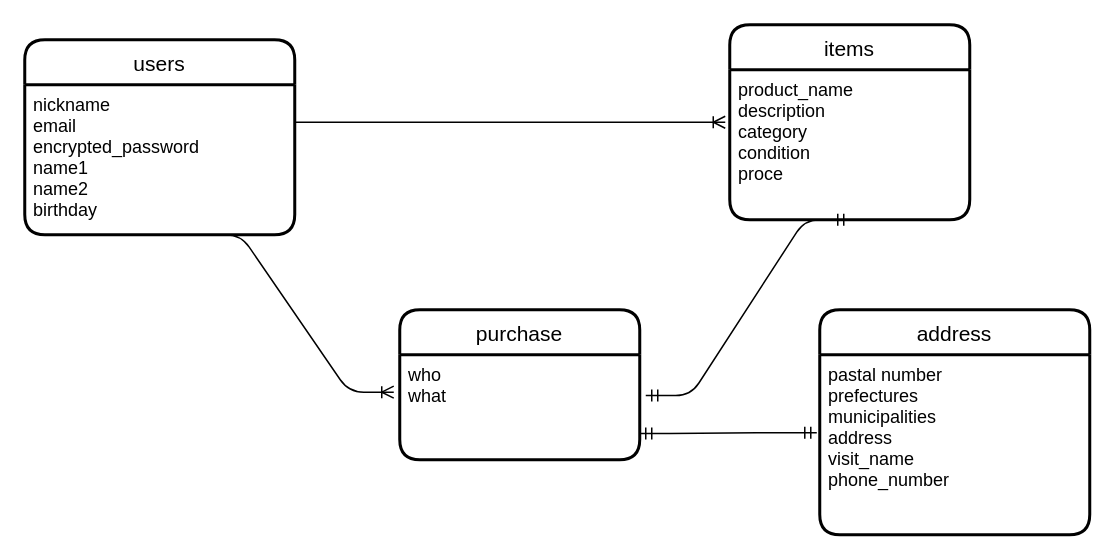
Before: furima.dio in himena0214/furima-32835, a draw.io diagram. Source tidied: cells renumbered, new cells numbered last; positions are measured from the earlier drawing's top-left corner, leaving out a move shared by most shapes. Both pictures are drawn from the tidied source at 150%, with x=0, y=0 at pixel (24, 24).
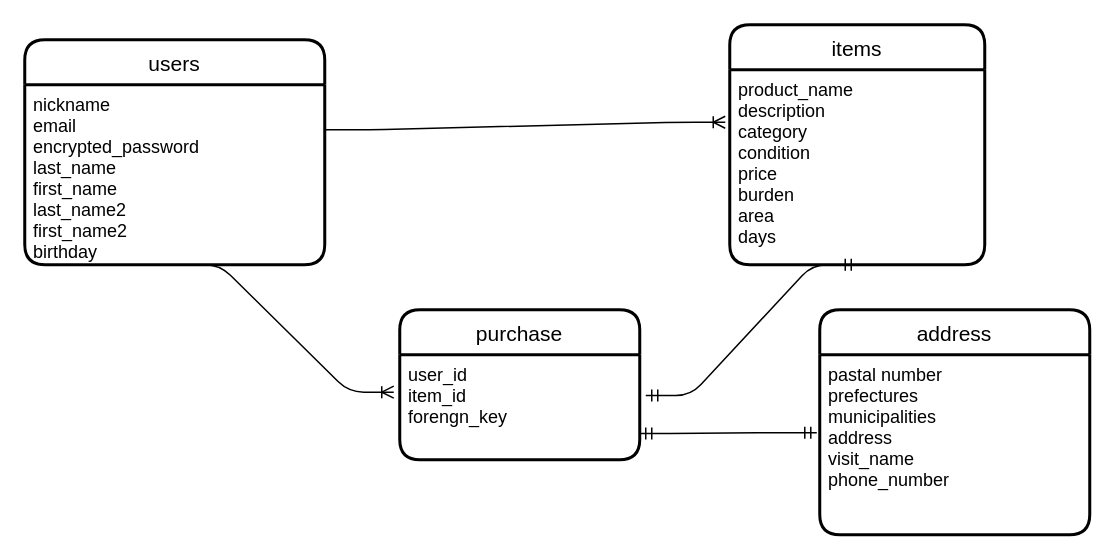
The same diagram, later.

Commit message (it also covers changes not shown here):
データベース設計6

Diff of the diagram source:
```diff
@@
 <mxGraphModel>
   <root>
     <mxCell id="0" />
     <mxCell id="1" parent="0" />
     <mxCell id="2" value="users" style="swimlane;horizontal=1;startSize=30;rounded=1;fontSize=14;fontStyle=0;strokeWidth=2;shadow=0;dashed=0;align=center;sketch=0;" parent="1" vertex="1">
-      <mxGeometry y="10" width="180" height="130" as="geometry" />
+      <mxGeometry y="10" width="200" height="150" as="geometry" />
     </mxCell>
-    <mxCell id="3" value="nickname&#10;email&#10;encrypted_password&#10;name1&#10;name2&#10;birthday&#10;&#10;&#10;" style="align=left;strokeColor=none;fillColor=none;spacingLeft=4;fontSize=12;verticalAlign=top;" parent="2" vertex="1">
-      <mxGeometry y="30" width="180" height="100" as="geometry" />
+    <mxCell id="3" value="nickname&#10;email&#10;encrypted_password&#10;last_name&#10;first_name&#10;last_name2&#10;first_name2&#10;birthday&#10;&#10;&#10;" style="align=left;strokeColor=none;fillColor=none;spacingLeft=4;fontSize=12;verticalAlign=top;" parent="2" vertex="1">
+      <mxGeometry y="30" width="200" height="120" as="geometry" />
     </mxCell>
     <mxCell id="4" value="items" style="swimlane;horizontal=1;startSize=30;rounded=1;fontSize=14;fontStyle=0;strokeWidth=2;shadow=0;dashed=0;align=center;sketch=0;" parent="1" vertex="1">
-      <mxGeometry x="470" width="160" height="130" as="geometry" />
+      <mxGeometry x="470" width="170" height="160" as="geometry" />
     </mxCell>
-    <mxCell id="5" value="product_name&#10;description&#10;category&#10;condition&#10;proce&#10;&#10;&#10;" style="align=left;strokeColor=none;fillColor=none;spacingLeft=4;fontSize=12;verticalAlign=top;" parent="4" vertex="1">
-      <mxGeometry y="30" width="160" height="100" as="geometry" />
+    <mxCell id="5" value="product_name&#10;description&#10;category&#10;condition&#10;price&#10;burden&#10;area&#10;days&#10;&#10;&#10;" style="align=left;strokeColor=none;fillColor=none;spacingLeft=4;fontSize=12;verticalAlign=top;" parent="4" vertex="1">
+      <mxGeometry y="30" width="170" height="130" as="geometry" />
     </mxCell>
     <mxCell id="6" value="address" style="swimlane;horizontal=1;startSize=30;rounded=1;fontSize=14;fontStyle=0;strokeWidth=2;shadow=0;dashed=0;align=center;sketch=0;" parent="1" vertex="1">
       <mxGeometry x="530" y="190" width="180" height="150" as="geometry" />
     </mxCell>
     <mxCell id="7" value="pastal number&#10;prefectures&#10;municipalities&#10;address&#10;visit_name&#10;phone_number" style="align=left;strokeColor=none;fillColor=none;spacingLeft=4;fontSize=12;verticalAlign=top;" parent="6" vertex="1">
       <mxGeometry y="30" width="180" height="120" as="geometry" />
     </mxCell>
     <mxCell id="8" style="edgeStyle=entityRelationEdgeStyle;fontSize=12;html=1;endArrow=ERoneToMany;exitX=1;exitY=0.25;exitDx=0;exitDy=0;" parent="1" edge="1" source="3">
       <mxGeometry relative="1" as="geometry">
         <mxPoint x="467" y="65" as="targetPoint" />
       </mxGeometry>
     </mxCell>
-    <mxCell id="9" style="edgeStyle=entityRelationEdgeStyle;fontSize=12;html=1;endArrow=ERoneToMany;entryX=-0.025;entryY=0.356;entryDx=0;entryDy=0;entryPerimeter=0;" parent="1" edge="1" target="12">
-      <mxGeometry relative="1" as="geometry">
-        <mxPoint x="114" y="140" as="sourcePoint" />
-      </mxGeometry>
+    <mxCell id="9" style="edgeStyle=entityRelationEdgeStyle;fontSize=12;html=1;endArrow=ERoneToMany;entryX=-0.025;entryY=0.356;entryDx=0;entryDy=0;entryPerimeter=0;exitX=0.5;exitY=1;exitDx=0;exitDy=0;" parent="1" edge="1" source="3" target="12">
+      <mxGeometry relative="1" as="geometry" />
     </mxCell>
     <mxCell id="10" style="edgeStyle=entityRelationEdgeStyle;fontSize=12;html=1;endArrow=ERmandOne;startArrow=ERmandOne;exitX=1.025;exitY=0.389;exitDx=0;exitDy=0;entryX=0.5;entryY=1;entryDx=0;entryDy=0;exitPerimeter=0;" parent="1" edge="1" source="12" target="5">
       <mxGeometry relative="1" as="geometry" />
     </mxCell>
     <mxCell id="11" value="purchase" style="swimlane;horizontal=1;startSize=30;rounded=1;fontSize=14;fontStyle=0;strokeWidth=2;shadow=0;dashed=0;align=center;sketch=0;" parent="1" vertex="1">
       <mxGeometry x="250" y="190" width="160" height="100" as="geometry" />
     </mxCell>
-    <mxCell id="12" value="who&#10;what" style="align=left;strokeColor=none;fillColor=none;spacingLeft=4;fontSize=12;verticalAlign=top;" parent="11" vertex="1">
+    <mxCell id="12" value="user_id&#10;item_id&#10;forengn_key" style="align=left;strokeColor=none;fillColor=none;spacingLeft=4;fontSize=12;verticalAlign=top;" parent="11" vertex="1">
       <mxGeometry y="30" width="160" height="70" as="geometry" />
     </mxCell>
     <mxCell id="13" style="edgeStyle=entityRelationEdgeStyle;fontSize=12;html=1;endArrow=ERmandOne;startArrow=ERmandOne;exitX=1;exitY=0.75;exitDx=0;exitDy=0;entryX=-0.011;entryY=0.433;entryDx=0;entryDy=0;entryPerimeter=0;" parent="1" edge="1" source="12" target="7">
       <mxGeometry relative="1" as="geometry" />
     </mxCell>
   </root>
 </mxGraphModel>
```
